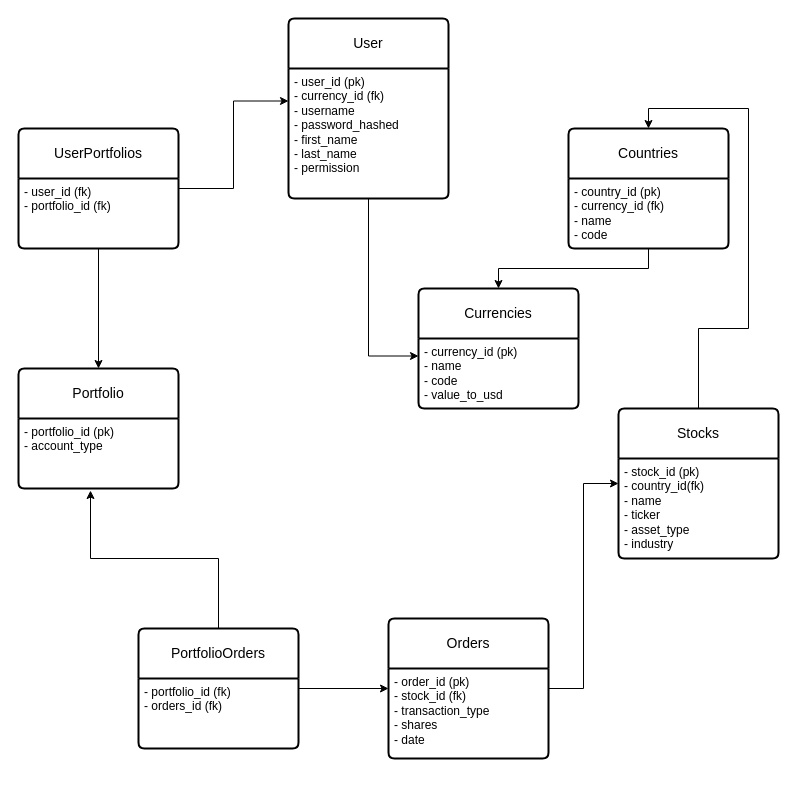
Earlier version of the draw.io diagram ERD.drawio (chaseltb/full-stack-stock-app). Source tidied: cells renumbered, new cells numbered last; positions are measured from the earlier drawing's top-left corner, leaving out a move shared by most shapes. Both pictures are drawn from the tidied source at 100%, with x=0, y=0 at pixel (18, 18).
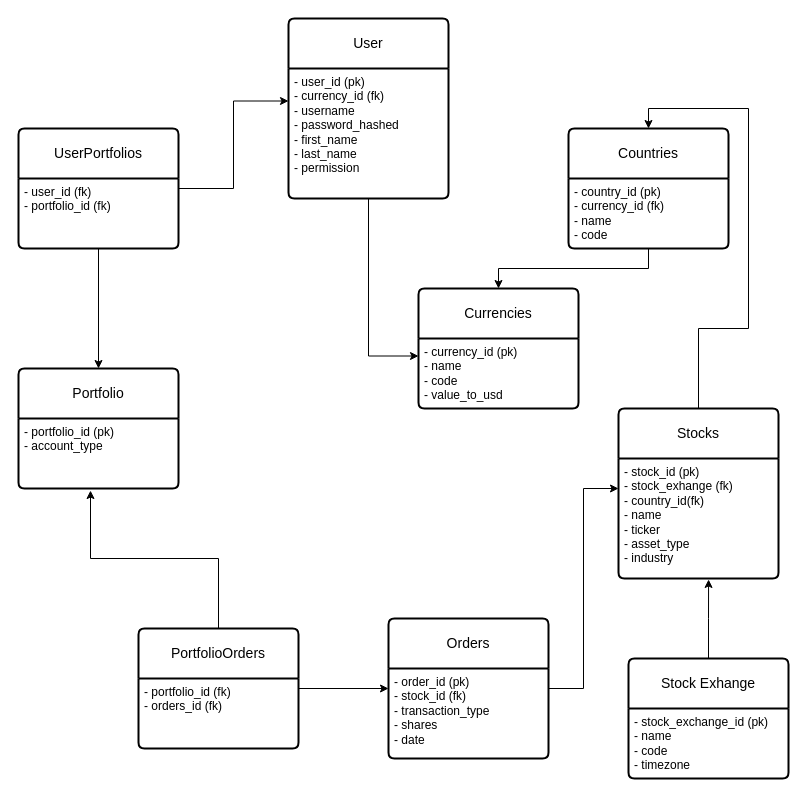
Above is the later version.

Commit message (it also covers changes not shown here):
added stockExhange to ERD

Change to the diagram source:
```diff
@@
     <mxCell id="6" value="Stocks" style="swimlane;horizontal=1;startSize=50;rounded=1;fontSize=14;fontStyle=0;strokeWidth=2;shadow=0;dashed=0;align=center;arcSize=4;whiteSpace=wrap;html=1;" parent="1" vertex="1">
-      <mxGeometry x="600" y="390" width="160" height="150" as="geometry" />
+      <mxGeometry x="600" y="390" width="160" height="170" as="geometry" />
     </mxCell>
-    <mxCell id="7" value="- stock_id (pk)&lt;div&gt;- country_id(fk)&lt;/div&gt;&lt;div&gt;- name&lt;/div&gt;&lt;div&gt;- ticker&lt;/div&gt;&lt;div&gt;- asset_type&lt;/div&gt;&lt;div&gt;- industry&lt;/div&gt;" style="align=left;strokeColor=none;fillColor=none;spacingLeft=4;spacingRight=4;fontSize=12;verticalAlign=top;html=1;whiteSpace=wrap;" parent="6" vertex="1">
-      <mxGeometry y="50" width="160" height="100" as="geometry" />
+    <mxCell id="7" value="- stock_id (pk)&lt;div&gt;- stock_exhange (fk)&lt;/div&gt;&lt;div&gt;- country_id(fk)&lt;/div&gt;&lt;div&gt;- name&lt;/div&gt;&lt;div&gt;- ticker&lt;/div&gt;&lt;div&gt;- asset_type&lt;/div&gt;&lt;div&gt;- industry&lt;/div&gt;" style="align=left;strokeColor=none;fillColor=none;spacingLeft=4;spacingRight=4;fontSize=12;verticalAlign=top;html=1;whiteSpace=wrap;" parent="6" vertex="1">
+      <mxGeometry y="50" width="160" height="120" as="geometry" />
     </mxCell>
@@
+    <mxCell id="26" value="Stock Exhange" style="swimlane;horizontal=1;startSize=50;rounded=1;fontSize=14;fontStyle=0;strokeWidth=2;shadow=0;dashed=0;align=center;arcSize=4;whiteSpace=wrap;html=1;" parent="1" vertex="1">
+      <mxGeometry x="610" y="640" width="160" height="120" as="geometry" />
+    </mxCell>
+    <mxCell id="27" value="- stock_exchange_id (pk)&lt;div&gt;- name&lt;/div&gt;&lt;div&gt;- code&lt;/div&gt;&lt;div&gt;- timezone&lt;/div&gt;" style="align=left;strokeColor=none;fillColor=none;spacingLeft=4;spacingRight=4;fontSize=12;verticalAlign=top;html=1;whiteSpace=wrap;" parent="26" vertex="1">
+      <mxGeometry y="50" width="160" height="70" as="geometry" />
+    </mxCell>
+    <mxCell id="28" style="edgeStyle=orthogonalEdgeStyle;rounded=0;jettySize=auto;html=1;entryX=0.563;entryY=1.008;entryDx=0;entryDy=0;entryPerimeter=0;" parent="1" edge="1" source="26" target="7">
+      <mxGeometry relative="1" as="geometry" />
+    </mxCell>
```
